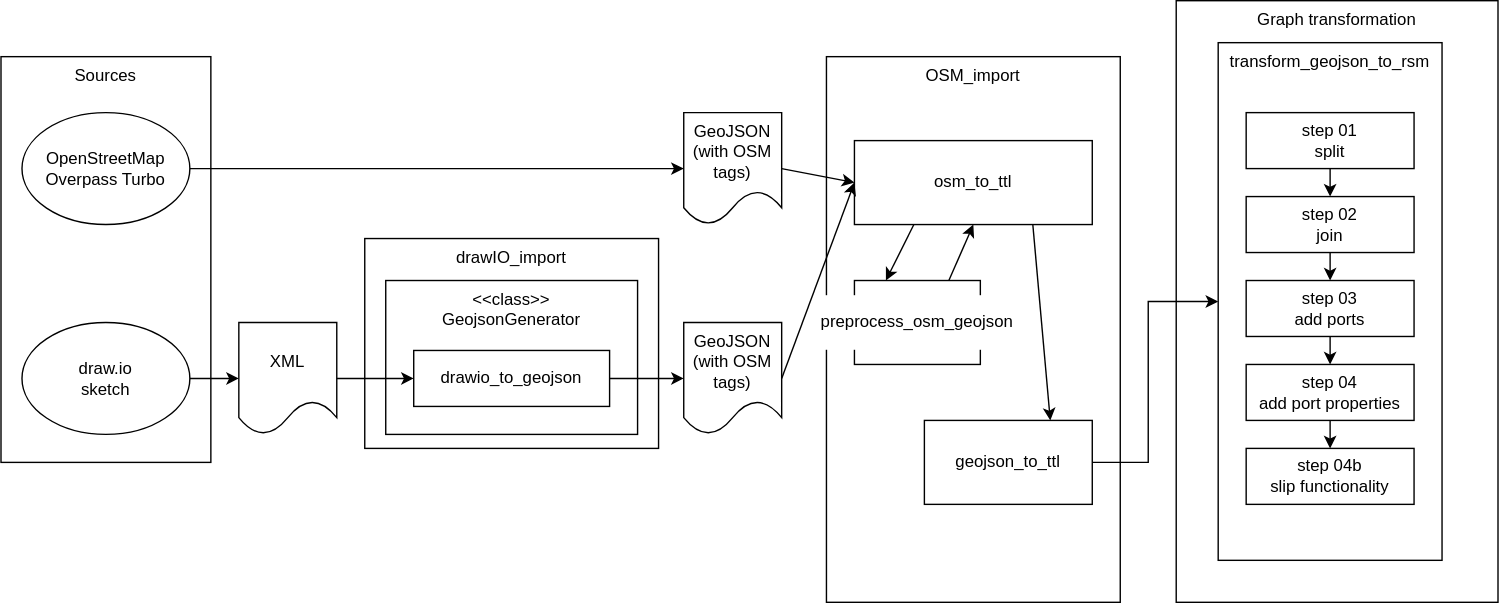
This is Code/Import/import_flowchart.svg from UICrail/SemanticRSM, a draw.io export, as it was before one commit. Source tidied: cells renumbered, new cells last; positions are measured from the earlier drawing's top-left corner, leaving out a move shared by most shapes. The source it was exported from:
```xml
<mxGraphModel background="#ffffff">
  <root>
    <mxCell id="0" />
    <mxCell id="1" parent="0" />
    <mxCell id="2" value="Graph transformation" style="rounded=0;whiteSpace=wrap;html=1;verticalAlign=top;" parent="1" vertex="1">
      <mxGeometry x="840" width="230" height="430" as="geometry" />
    </mxCell>
    <mxCell id="3" value="Sources" style="rounded=0;whiteSpace=wrap;html=1;verticalAlign=top;align=center;" parent="1" vertex="1">
      <mxGeometry y="40" width="150" height="290" as="geometry" />
    </mxCell>
    <mxCell id="4" value="draw.io&lt;br&gt;sketch" style="ellipse;whiteSpace=wrap;html=1;" parent="1" vertex="1">
      <mxGeometry x="15" y="230" width="120" height="80" as="geometry" />
    </mxCell>
    <mxCell id="5" value="OpenStreetMap&lt;br&gt;Overpass Turbo" style="ellipse;whiteSpace=wrap;html=1;" parent="1" vertex="1">
      <mxGeometry x="15" y="80" width="120" height="80" as="geometry" />
    </mxCell>
    <mxCell id="6" value="transform_geojson_to_rsm" style="rounded=0;whiteSpace=wrap;html=1;verticalAlign=top;" parent="1" vertex="1">
      <mxGeometry x="870" y="30" width="160" height="370" as="geometry" />
    </mxCell>
    <mxCell id="7" value="OSM_import" style="rounded=0;whiteSpace=wrap;html=1;verticalAlign=top;align=center;" parent="1" vertex="1">
      <mxGeometry x="590" y="40" width="210" height="390" as="geometry" />
    </mxCell>
    <mxCell id="8" value="drawIO_import" style="rounded=0;whiteSpace=wrap;html=1;verticalAlign=top;align=center;" parent="1" vertex="1">
      <mxGeometry x="260" y="170" width="210" height="150" as="geometry" />
    </mxCell>
    <mxCell id="9" value="XML" style="shape=document;whiteSpace=wrap;html=1;boundedLbl=1;" parent="1" vertex="1">
      <mxGeometry x="170" y="230" width="70" height="80" as="geometry" />
    </mxCell>
    <mxCell id="10" value="GeoJSON&lt;div&gt;(with OSM tags)&lt;/div&gt;" style="shape=document;whiteSpace=wrap;html=1;boundedLbl=1;" parent="1" vertex="1">
      <mxGeometry x="488" y="230" width="70" height="80" as="geometry" />
    </mxCell>
    <mxCell id="11" value="GeoJSON&lt;div&gt;(with OSM tags)&lt;/div&gt;" style="shape=document;whiteSpace=wrap;html=1;boundedLbl=1;" parent="1" vertex="1">
      <mxGeometry x="488" y="80" width="70" height="80" as="geometry" />
    </mxCell>
    <mxCell id="12" style="endArrow=classic;html=1;rounded=0;exitX=1;exitY=0.5;exitDx=0;exitDy=0;entryX=0;entryY=0.5;entryDx=0;entryDy=0;" parent="1" edge="1" source="4" target="9">
      <mxGeometry relative="1" as="geometry" />
    </mxCell>
    <mxCell id="13" value="&lt;div&gt;&amp;lt;&amp;lt;class&amp;gt;&amp;gt;&lt;/div&gt;GeojsonGenerator" style="rounded=0;whiteSpace=wrap;html=1;verticalAlign=top;" parent="1" vertex="1">
      <mxGeometry x="275" y="200" width="180" height="110" as="geometry" />
    </mxCell>
    <mxCell id="14" style="endArrow=classic;html=1;rounded=0;exitX=1;exitY=0.5;exitDx=0;exitDy=0;entryX=0;entryY=0.5;entryDx=0;entryDy=0;" parent="1" edge="1" source="9" target="16">
      <mxGeometry relative="1" as="geometry" />
    </mxCell>
    <mxCell id="15" style="endArrow=classic;html=1;rounded=0;exitX=1;exitY=0.5;exitDx=0;exitDy=0;entryX=0;entryY=0.5;entryDx=0;entryDy=0;" parent="1" edge="1" source="5" target="11">
      <mxGeometry relative="1" as="geometry" />
    </mxCell>
    <mxCell id="16" value="drawio_to_geojson" style="rounded=0;whiteSpace=wrap;html=1;" parent="1" vertex="1">
      <mxGeometry x="295" y="250" width="140" height="40" as="geometry" />
    </mxCell>
    <mxCell id="17" style="endArrow=classic;html=1;rounded=0;exitX=1;exitY=0.5;exitDx=0;exitDy=0;entryX=0;entryY=0.5;entryDx=0;entryDy=0;" parent="1" edge="1" source="16" target="10">
      <mxGeometry relative="1" as="geometry" />
    </mxCell>
    <mxCell id="18" value="osm_to_ttl" style="rounded=0;whiteSpace=wrap;html=1;" parent="1" vertex="1">
      <mxGeometry x="610" y="100" width="170" height="60" as="geometry" />
    </mxCell>
    <mxCell id="19" value="&lt;div style=&quot;&quot;&gt;&lt;pre style=&quot;&quot;&gt;&lt;font face=&quot;Helvetica&quot; style=&quot;font-size: 12px;&quot;&gt;preprocess_osm_geojson&lt;/font&gt;&lt;/pre&gt;&lt;/div&gt;" style="rounded=0;whiteSpace=wrap;html=1;labelBackgroundColor=default;" parent="1" vertex="1">
      <mxGeometry x="610" y="200" width="90" height="60" as="geometry" />
    </mxCell>
    <mxCell id="20" style="endArrow=classic;html=1;rounded=0;exitX=0.25;exitY=1;exitDx=0;exitDy=0;entryX=0.25;entryY=0;entryDx=0;entryDy=0;" parent="1" edge="1" source="18" target="19">
      <mxGeometry relative="1" as="geometry" />
    </mxCell>
    <mxCell id="21" style="endArrow=classic;html=1;rounded=0;exitX=0.75;exitY=0;exitDx=0;exitDy=0;entryX=0.5;entryY=1;entryDx=0;entryDy=0;" parent="1" edge="1" source="19" target="18">
      <mxGeometry relative="1" as="geometry" />
    </mxCell>
    <mxCell id="22" style="endArrow=classic;html=1;rounded=0;exitX=1;exitY=0.5;exitDx=0;exitDy=0;entryX=0;entryY=0.5;entryDx=0;entryDy=0;" parent="1" edge="1" source="11" target="18">
      <mxGeometry relative="1" as="geometry" />
    </mxCell>
    <mxCell id="23" style="endArrow=classic;html=1;rounded=0;exitX=1;exitY=0.5;exitDx=0;exitDy=0;entryX=0;entryY=0.5;entryDx=0;entryDy=0;" parent="1" edge="1" source="10" target="18">
      <mxGeometry relative="1" as="geometry" />
    </mxCell>
    <mxCell id="24" value="step 01&lt;br&gt;split" style="rounded=0;whiteSpace=wrap;html=1;" parent="1" vertex="1">
      <mxGeometry x="890" y="80" width="120" height="40" as="geometry" />
    </mxCell>
    <mxCell id="25" value="step 02&lt;br&gt;join" style="rounded=0;whiteSpace=wrap;html=1;" parent="1" vertex="1">
      <mxGeometry x="890" y="140" width="120" height="40" as="geometry" />
    </mxCell>
    <mxCell id="26" value="step 03&lt;br&gt;add ports" style="rounded=0;whiteSpace=wrap;html=1;" parent="1" vertex="1">
      <mxGeometry x="890" y="200" width="120" height="40" as="geometry" />
    </mxCell>
    <mxCell id="27" value="step 04&lt;br&gt;add port properties" style="rounded=0;whiteSpace=wrap;html=1;" parent="1" vertex="1">
      <mxGeometry x="890" y="260" width="120" height="40" as="geometry" />
    </mxCell>
    <mxCell id="28" value="step 04b&lt;br&gt;slip functionality" style="rounded=0;whiteSpace=wrap;html=1;" parent="1" vertex="1">
      <mxGeometry x="890" y="320" width="120" height="40" as="geometry" />
    </mxCell>
    <mxCell id="29" style="endArrow=classic;html=1;rounded=0;exitX=1;exitY=0.5;exitDx=0;exitDy=0;entryX=0;entryY=0.5;entryDx=0;entryDy=0;" parent="1" edge="1" source="34" target="6">
      <mxGeometry relative="1" as="geometry">
        <Array as="points">
          <mxPoint x="820" y="330" />
          <mxPoint x="820" y="215" />
        </Array>
      </mxGeometry>
    </mxCell>
    <mxCell id="30" style="endArrow=classic;html=1;rounded=0;exitX=0.5;exitY=1;exitDx=0;exitDy=0;entryX=0.5;entryY=0;entryDx=0;entryDy=0;" parent="1" edge="1" source="24" target="25">
      <mxGeometry relative="1" as="geometry" />
    </mxCell>
    <mxCell id="31" style="endArrow=classic;html=1;rounded=0;exitX=0.5;exitY=1;exitDx=0;exitDy=0;entryX=0.5;entryY=0;entryDx=0;entryDy=0;" parent="1" edge="1" source="25" target="26">
      <mxGeometry relative="1" as="geometry" />
    </mxCell>
    <mxCell id="32" style="endArrow=classic;html=1;rounded=0;exitX=0.5;exitY=1;exitDx=0;exitDy=0;entryX=0.5;entryY=0;entryDx=0;entryDy=0;" parent="1" edge="1" source="26" target="27">
      <mxGeometry relative="1" as="geometry" />
    </mxCell>
    <mxCell id="33" style="endArrow=classic;html=1;rounded=0;exitX=0.5;exitY=1;exitDx=0;exitDy=0;entryX=0.5;entryY=0;entryDx=0;entryDy=0;" parent="1" edge="1" source="27" target="28">
      <mxGeometry relative="1" as="geometry" />
    </mxCell>
    <mxCell id="34" value="geojson_to_ttl" style="rounded=0;whiteSpace=wrap;html=1;" parent="1" vertex="1">
      <mxGeometry x="660" y="300" width="120" height="60" as="geometry" />
    </mxCell>
    <mxCell id="35" style="endArrow=classic;html=1;rounded=0;exitX=0.75;exitY=1;exitDx=0;exitDy=0;entryX=0.75;entryY=0;entryDx=0;entryDy=0;" parent="1" edge="1" source="18" target="34">
      <mxGeometry relative="1" as="geometry" />
    </mxCell>
  </root>
</mxGraphModel>
```
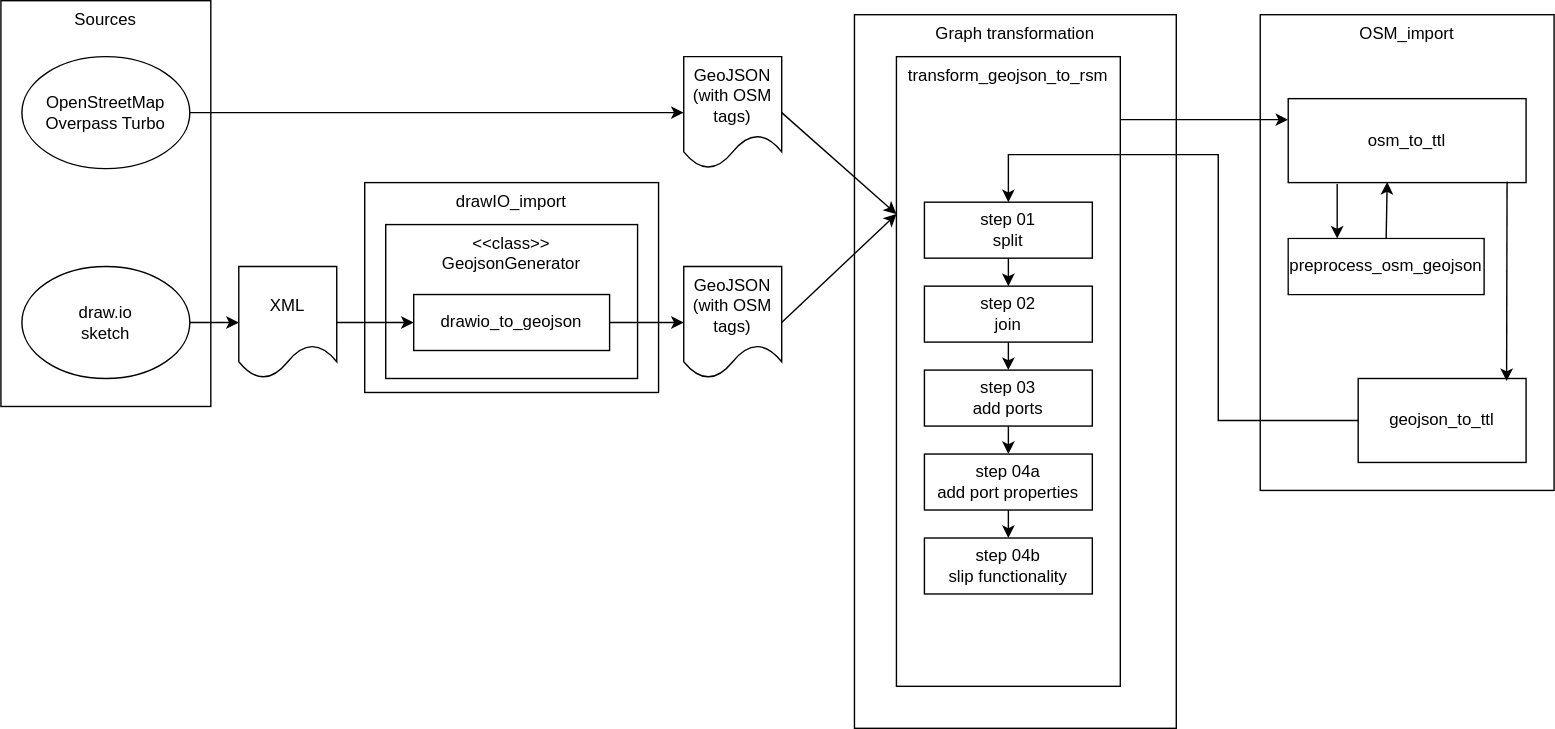
Later version of the same file.

Diff of the diagram source:
```diff
@@ -3,7 +3,7 @@
     <mxCell id="0" />
     <mxCell id="1" parent="0" />
     <mxCell id="2" value="Graph transformation" style="rounded=0;whiteSpace=wrap;html=1;verticalAlign=top;" parent="1" vertex="1">
-      <mxGeometry x="840" width="230" height="430" as="geometry" />
+      <mxGeometry x="610" y="50" width="230" height="510" as="geometry" />
     </mxCell>
     <mxCell id="3" value="Sources" style="rounded=0;whiteSpace=wrap;html=1;verticalAlign=top;align=center;" parent="1" vertex="1">
       <mxGeometry y="40" width="150" height="290" as="geometry" />
@@ -15,10 +15,10 @@
       <mxGeometry x="15" y="80" width="120" height="80" as="geometry" />
     </mxCell>
     <mxCell id="6" value="transform_geojson_to_rsm" style="rounded=0;whiteSpace=wrap;html=1;verticalAlign=top;" parent="1" vertex="1">
-      <mxGeometry x="870" y="30" width="160" height="370" as="geometry" />
+      <mxGeometry x="640" y="80" width="160" height="450" as="geometry" />
     </mxCell>
     <mxCell id="7" value="OSM_import" style="rounded=0;whiteSpace=wrap;html=1;verticalAlign=top;align=center;" parent="1" vertex="1">
-      <mxGeometry x="590" y="40" width="210" height="390" as="geometry" />
+      <mxGeometry x="900" y="50" width="210" height="340" as="geometry" />
     </mxCell>
     <mxCell id="8" value="drawIO_import" style="rounded=0;whiteSpace=wrap;html=1;verticalAlign=top;align=center;" parent="1" vertex="1">
       <mxGeometry x="260" y="170" width="210" height="150" as="geometry" />
@@ -51,45 +51,42 @@
       <mxGeometry relative="1" as="geometry" />
     </mxCell>
     <mxCell id="18" value="osm_to_ttl" style="rounded=0;whiteSpace=wrap;html=1;" parent="1" vertex="1">
-      <mxGeometry x="610" y="100" width="170" height="60" as="geometry" />
+      <mxGeometry x="920" y="110" width="170" height="60" as="geometry" />
     </mxCell>
     <mxCell id="19" value="&lt;div style=&quot;&quot;&gt;&lt;pre style=&quot;&quot;&gt;&lt;font face=&quot;Helvetica&quot; style=&quot;font-size: 12px;&quot;&gt;preprocess_osm_geojson&lt;/font&gt;&lt;/pre&gt;&lt;/div&gt;" style="rounded=0;whiteSpace=wrap;html=1;labelBackgroundColor=default;" parent="1" vertex="1">
-      <mxGeometry x="610" y="200" width="90" height="60" as="geometry" />
+      <mxGeometry x="920" y="210" width="140" height="40" as="geometry" />
     </mxCell>
-    <mxCell id="20" style="endArrow=classic;html=1;rounded=0;exitX=0.25;exitY=1;exitDx=0;exitDy=0;entryX=0.25;entryY=0;entryDx=0;entryDy=0;" parent="1" edge="1" source="18" target="19">
-      <mxGeometry relative="1" as="geometry" />
+    <mxCell id="20" style="endArrow=classic;html=1;rounded=0;entryX=0.25;entryY=0;entryDx=0;entryDy=0;" parent="1" edge="1" target="19">
+      <mxGeometry relative="1" as="geometry">
+        <mxPoint x="955" y="171" as="sourcePoint" />
+      </mxGeometry>
     </mxCell>
-    <mxCell id="21" style="endArrow=classic;html=1;rounded=0;exitX=0.75;exitY=0;exitDx=0;exitDy=0;entryX=0.5;entryY=1;entryDx=0;entryDy=0;" parent="1" edge="1" source="19" target="18">
+    <mxCell id="21" style="endArrow=classic;html=1;rounded=0;exitX=0.5;exitY=0;exitDx=0;exitDy=0;entryX=0.416;entryY=0.992;entryDx=0;entryDy=0;entryPerimeter=0;" parent="1" edge="1" source="19" target="18">
       <mxGeometry relative="1" as="geometry" />
     </mxCell>
-    <mxCell id="22" style="endArrow=classic;html=1;rounded=0;exitX=1;exitY=0.5;exitDx=0;exitDy=0;entryX=0;entryY=0.5;entryDx=0;entryDy=0;" parent="1" edge="1" source="11" target="18">
+    <mxCell id="22" style="endArrow=classic;html=1;rounded=0;exitX=1;exitY=0.5;exitDx=0;exitDy=0;entryX=0;entryY=0.25;entryDx=0;entryDy=0;" parent="1" edge="1" source="11" target="6">
       <mxGeometry relative="1" as="geometry" />
     </mxCell>
-    <mxCell id="23" style="endArrow=classic;html=1;rounded=0;exitX=1;exitY=0.5;exitDx=0;exitDy=0;entryX=0;entryY=0.5;entryDx=0;entryDy=0;" parent="1" edge="1" source="10" target="18">
+    <mxCell id="23" style="endArrow=classic;html=1;rounded=0;exitX=1;exitY=0.5;exitDx=0;exitDy=0;entryX=0;entryY=0.25;entryDx=0;entryDy=0;" parent="1" edge="1" source="10" target="6">
       <mxGeometry relative="1" as="geometry" />
     </mxCell>
     <mxCell id="24" value="step 01&lt;br&gt;split" style="rounded=0;whiteSpace=wrap;html=1;" parent="1" vertex="1">
-      <mxGeometry x="890" y="80" width="120" height="40" as="geometry" />
+      <mxGeometry x="660" y="184" width="120" height="40" as="geometry" />
     </mxCell>
     <mxCell id="25" value="step 02&lt;br&gt;join" style="rounded=0;whiteSpace=wrap;html=1;" parent="1" vertex="1">
-      <mxGeometry x="890" y="140" width="120" height="40" as="geometry" />
+      <mxGeometry x="660" y="244" width="120" height="40" as="geometry" />
     </mxCell>
     <mxCell id="26" value="step 03&lt;br&gt;add ports" style="rounded=0;whiteSpace=wrap;html=1;" parent="1" vertex="1">
-      <mxGeometry x="890" y="200" width="120" height="40" as="geometry" />
+      <mxGeometry x="660" y="304" width="120" height="40" as="geometry" />
     </mxCell>
-    <mxCell id="27" value="step 04&lt;br&gt;add port properties" style="rounded=0;whiteSpace=wrap;html=1;" parent="1" vertex="1">
-      <mxGeometry x="890" y="260" width="120" height="40" as="geometry" />
+    <mxCell id="27" value="step 04a&lt;br&gt;add port properties" style="rounded=0;whiteSpace=wrap;html=1;" parent="1" vertex="1">
+      <mxGeometry x="660" y="364" width="120" height="40" as="geometry" />
     </mxCell>
     <mxCell id="28" value="step 04b&lt;br&gt;slip functionality" style="rounded=0;whiteSpace=wrap;html=1;" parent="1" vertex="1">
-      <mxGeometry x="890" y="320" width="120" height="40" as="geometry" />
+      <mxGeometry x="660" y="424" width="120" height="40" as="geometry" />
     </mxCell>
-    <mxCell id="29" style="endArrow=classic;html=1;rounded=0;exitX=1;exitY=0.5;exitDx=0;exitDy=0;entryX=0;entryY=0.5;entryDx=0;entryDy=0;" parent="1" edge="1" source="34" target="6">
-      <mxGeometry relative="1" as="geometry">
-        <Array as="points">
-          <mxPoint x="820" y="330" />
-          <mxPoint x="820" y="215" />
-        </Array>
-      </mxGeometry>
+    <mxCell id="29" style="endArrow=classic;html=1;rounded=0;exitX=1;exitY=0.1;exitDx=0;exitDy=0;exitPerimeter=0;entryX=0;entryY=0.25;entryDx=0;entryDy=0;" parent="1" edge="1" source="6" target="18">
+      <mxGeometry relative="1" as="geometry" />
     </mxCell>
     <mxCell id="30" style="endArrow=classic;html=1;rounded=0;exitX=0.5;exitY=1;exitDx=0;exitDy=0;entryX=0.5;entryY=0;entryDx=0;entryDy=0;" parent="1" edge="1" source="24" target="25">
       <mxGeometry relative="1" as="geometry" />
@@ -104,10 +101,19 @@
       <mxGeometry relative="1" as="geometry" />
     </mxCell>
     <mxCell id="34" value="geojson_to_ttl" style="rounded=0;whiteSpace=wrap;html=1;" parent="1" vertex="1">
-      <mxGeometry x="660" y="300" width="120" height="60" as="geometry" />
+      <mxGeometry x="970" y="310" width="120" height="60" as="geometry" />
     </mxCell>
-    <mxCell id="35" style="endArrow=classic;html=1;rounded=0;exitX=0.75;exitY=1;exitDx=0;exitDy=0;entryX=0.75;entryY=0;entryDx=0;entryDy=0;" parent="1" edge="1" source="18" target="34">
+    <mxCell id="35" style="endArrow=classic;html=1;rounded=0;exitX=0.92;exitY=0.989;exitDx=0;exitDy=0;entryX=0.884;entryY=0.031;entryDx=0;entryDy=0;exitPerimeter=0;entryPerimeter=0;" parent="1" edge="1" source="18" target="34">
       <mxGeometry relative="1" as="geometry" />
     </mxCell>
+    <mxCell id="36" style="endArrow=classic;html=1;rounded=0;exitX=0;exitY=0.5;exitDx=0;exitDy=0;entryX=0.5;entryY=0;entryDx=0;entryDy=0;" parent="1" edge="1" source="34" target="24">
+      <mxGeometry relative="1" as="geometry">
+        <Array as="points">
+          <mxPoint x="870" y="340" />
+          <mxPoint x="870" y="150" />
+          <mxPoint x="720" y="150" />
+        </Array>
+      </mxGeometry>
+    </mxCell>
   </root>
 </mxGraphModel>
```
